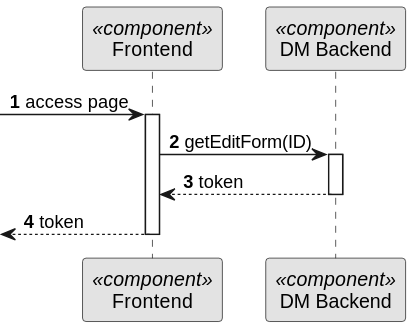
This is docs/BackofficeModule/5.1.6/sequence-diagram-2.svg from Ana-Miguel-Silva/SurgicalAppointmentAndResourceManagement, a PlantUML export, as it was before one commit. Its diagram source:
```plantuml
@startuml
skinparam monochrome true
skinparam packageStyle rectangle
skinparam shadowing false

autonumber

participant "Frontend" as FE <<component>>
participant "DM Backend" as BE <<component>>

-> FE: access page
activate FE
FE -> BE: getEditForm(ID)
activate BE
BE --> FE: token
deactivate BE
<-- FE : token
deactivate FE


deactivate FE
@enduml
```
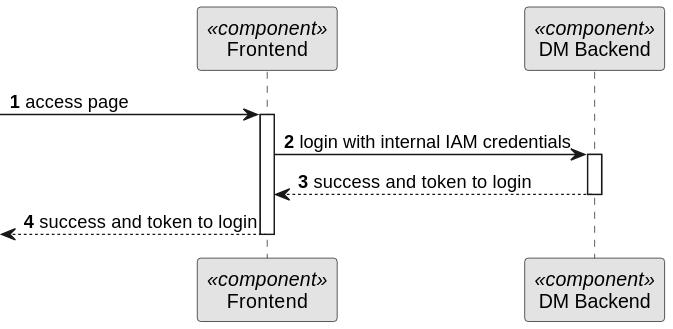
Above is the later version.

Diff of the diagram source:
```diff
@@ -8,14 +8,16 @@
 participant "Frontend" as FE <<component>>
 participant "DM Backend" as BE <<component>>
 
--> FE: access page
+ -> FE: access page
 activate FE
-FE -> BE: getEditForm(ID)
+FE -> BE : login with internal IAM credentials
 activate BE
-BE --> FE: token
+
+
+BE --> FE: success and token to login
 deactivate BE
-<-- FE : token
-deactivate FE
+
+<-- FE   : success and token to login
 
 
 deactivate FE
```
